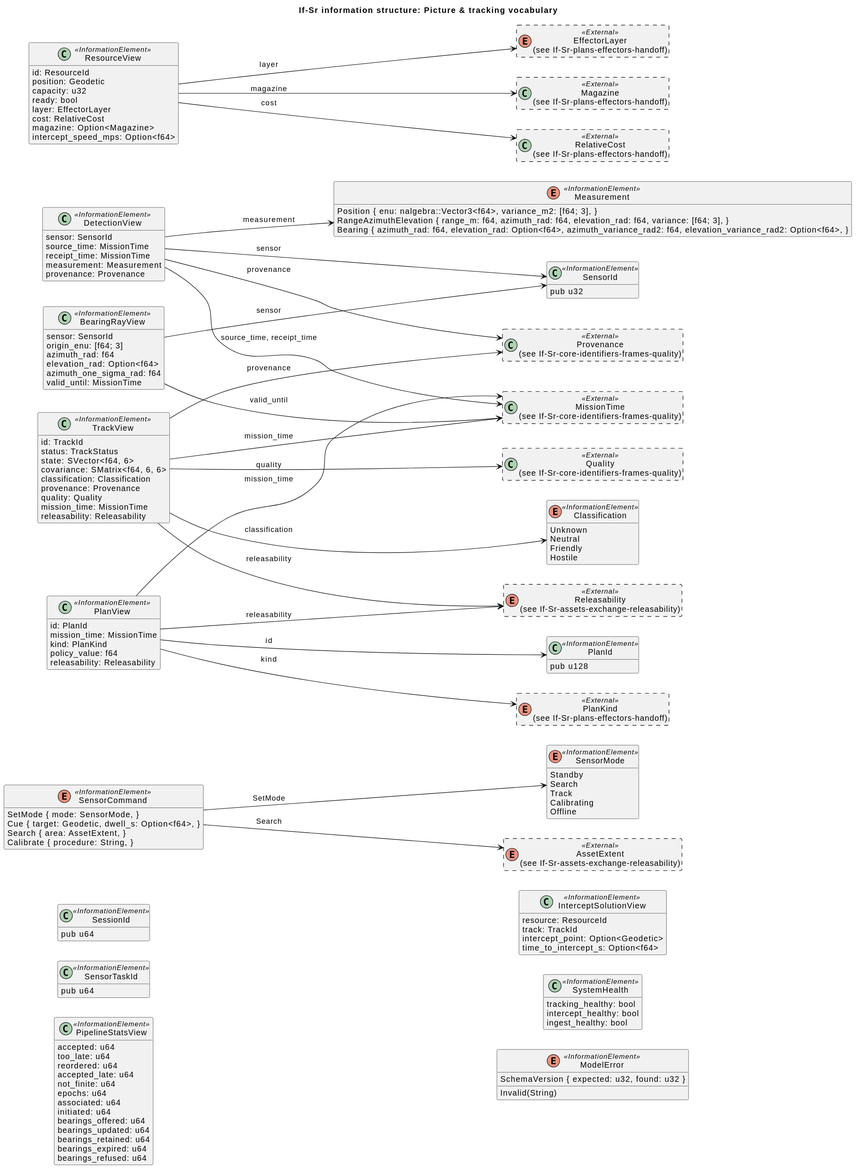
WayneRoessling/gungnir keeps this PlantUML diagram as docs/architecture/uaf/rendered/information/If-Sr-picture-tracking-vocabulary.svg. Above is the earlier version.
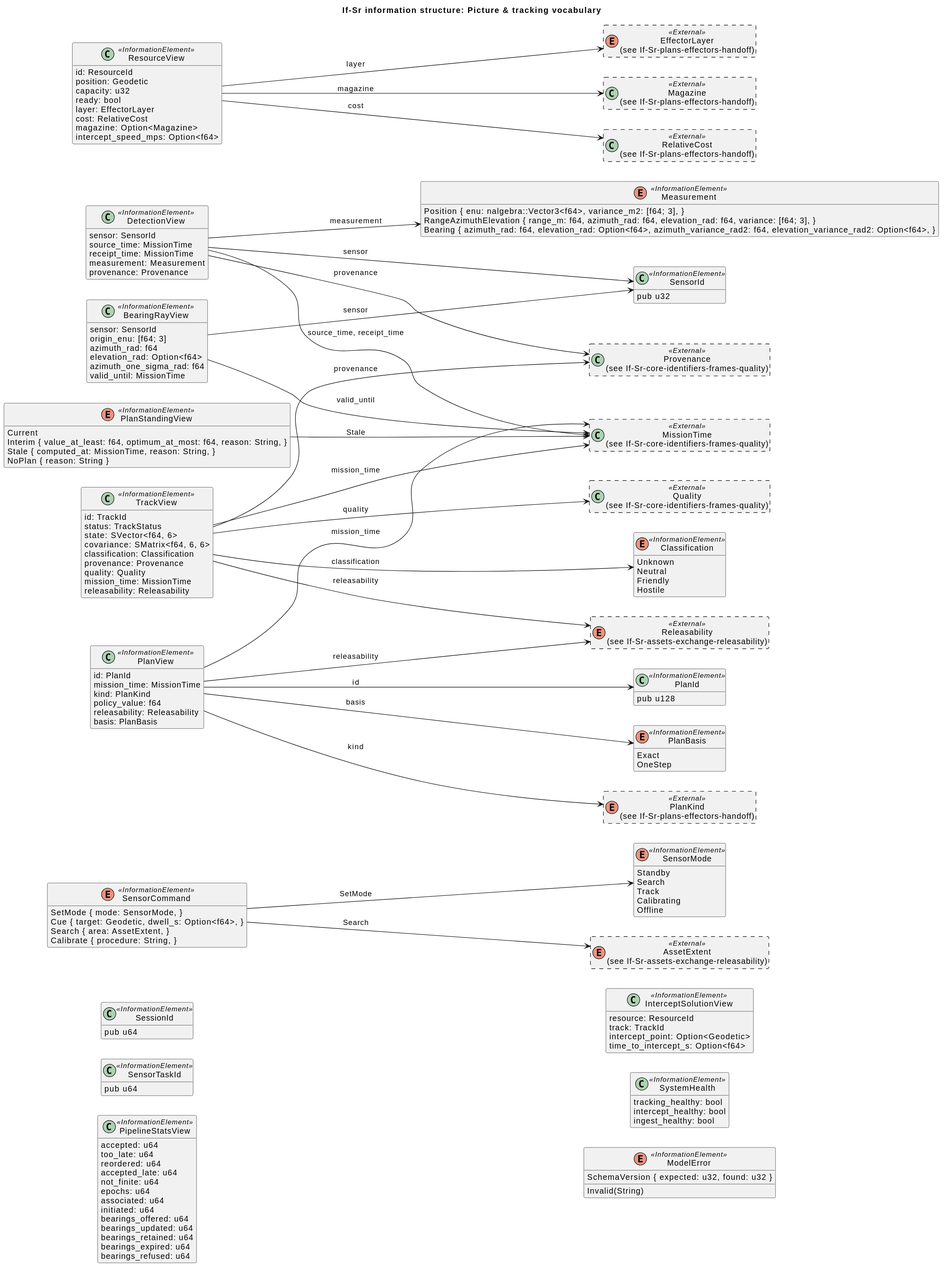
Later version of the same file.

The edit, as a diff of the source:
```diff
@@ -102,6 +102,17 @@
   kind: PlanKind
   policy_value: f64
   releasability: Releasability
+  basis: PlanBasis
+}
+enum "PlanBasis" as PlanBasis <<InformationElement>> {
+  Exact
+  OneStep
+}
+enum "PlanStandingView" as PlanStandingView <<InformationElement>> {
+  Current
+  Interim { value_at_least: f64, optimum_at_most: f64, reason: String, }
+  Stale { computed_at: MissionTime, reason: String, }
+  NoPlan { reason: String }
 }
 class "SystemHealth" as SystemHealth <<InformationElement>> {
   tracking_healthy: bool
@@ -147,7 +158,9 @@
 ResourceView --> Magazine : magazine
 ResourceView --> RelativeCost : cost
 PlanView --> MissionTime : mission_time
+PlanView --> PlanBasis : basis
 PlanView --> PlanId : id
 PlanView --> PlanKind : kind
 PlanView --> Releasability : releasability
+PlanStandingView --> MissionTime : Stale
 @enduml
```
